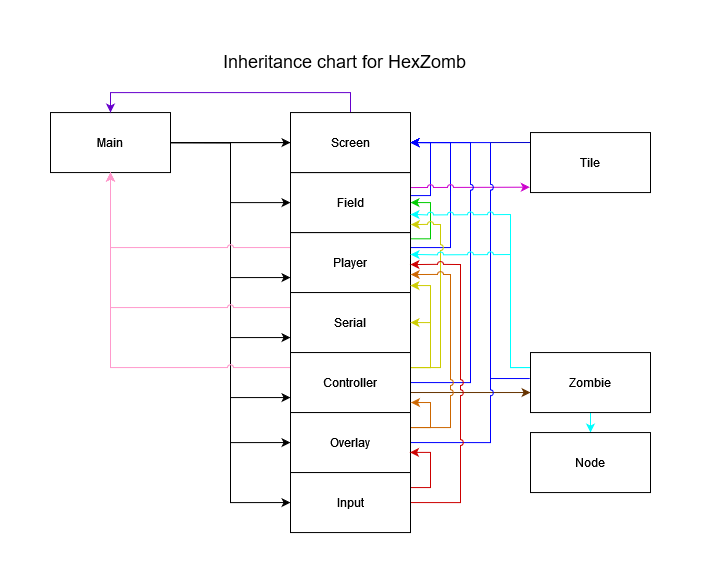
This is Doc/Inheritance_diagram.png from j-siderius/AIP-final, a draw.io export, as it was before one commit. Source tidied: cells renumbered, new cells last; positions are measured from the earlier drawing's top-left corner, leaving out a move shared by most shapes. Source of this version:
```xml
<mxGraphModel>
  <root>
    <mxCell id="0" />
    <mxCell id="1" parent="0" />
    <mxCell id="2" style="edgeStyle=orthogonalEdgeStyle;rounded=0;jettySize=auto;html=1;" parent="1" edge="1" source="10" target="14">
      <mxGeometry relative="1" as="geometry" />
    </mxCell>
    <mxCell id="3" style="edgeStyle=orthogonalEdgeStyle;rounded=0;jettySize=auto;html=1;" parent="1" edge="1" source="10" target="17">
      <mxGeometry relative="1" as="geometry" />
    </mxCell>
    <mxCell id="4" style="edgeStyle=orthogonalEdgeStyle;rounded=0;jettySize=auto;html=1;" parent="1" edge="1" source="10" target="19">
      <mxGeometry relative="1" as="geometry" />
    </mxCell>
    <mxCell id="5" style="edgeStyle=orthogonalEdgeStyle;rounded=0;jettySize=auto;html=1;exitX=1;exitY=0.5;exitDx=0;exitDy=0;entryX=0;entryY=0.75;entryDx=0;entryDy=0;" parent="1" edge="1" source="10" target="14">
      <mxGeometry relative="1" as="geometry" />
    </mxCell>
    <mxCell id="6" style="edgeStyle=orthogonalEdgeStyle;rounded=0;jettySize=auto;html=1;exitX=1;exitY=0.5;exitDx=0;exitDy=0;entryX=0;entryY=0.75;entryDx=0;entryDy=0;" parent="1" edge="1" source="10" target="28">
      <mxGeometry relative="1" as="geometry" />
    </mxCell>
    <mxCell id="7" style="edgeStyle=orthogonalEdgeStyle;rounded=0;jettySize=auto;html=1;exitX=1;exitY=0.5;exitDx=0;exitDy=0;entryX=0;entryY=0.5;entryDx=0;entryDy=0;" parent="1" edge="1" source="10" target="32">
      <mxGeometry relative="1" as="geometry" />
    </mxCell>
    <mxCell id="8" style="edgeStyle=orthogonalEdgeStyle;rounded=0;jettySize=auto;html=1;exitX=1;exitY=0.5;exitDx=0;exitDy=0;entryX=0;entryY=0.75;entryDx=0;entryDy=0;" parent="1" edge="1" source="10" target="21">
      <mxGeometry relative="1" as="geometry" />
    </mxCell>
    <mxCell id="9" style="edgeStyle=orthogonalEdgeStyle;rounded=0;jettySize=auto;html=1;exitX=1;exitY=0.5;exitDx=0;exitDy=0;entryX=0;entryY=0.5;entryDx=0;entryDy=0;" parent="1" edge="1" source="10" target="35">
      <mxGeometry relative="1" as="geometry">
        <Array as="points">
          <mxPoint x="180" y="91" />
          <mxPoint x="180" y="451" />
        </Array>
      </mxGeometry>
    </mxCell>
    <mxCell id="10" value="Main" style="rounded=0;whiteSpace=wrap;html=1;" parent="1" vertex="1">
      <mxGeometry y="61.1" width="120" height="60" as="geometry" />
    </mxCell>
    <mxCell id="11" style="edgeStyle=orthogonalEdgeStyle;rounded=0;jettySize=auto;html=1;exitX=1;exitY=0.25;exitDx=0;exitDy=0;entryX=1;entryY=0.5;entryDx=0;entryDy=0;strokeColor=#0000FF;" parent="1" edge="1" source="14" target="19">
      <mxGeometry relative="1" as="geometry">
        <Array as="points">
          <mxPoint x="400" y="196.1" />
          <mxPoint x="400" y="91.1" />
        </Array>
      </mxGeometry>
    </mxCell>
    <mxCell id="12" style="edgeStyle=orthogonalEdgeStyle;rounded=0;jettySize=auto;html=1;exitX=0.999;exitY=0.104;exitDx=0;exitDy=0;strokeColor=#00CC00;entryX=1;entryY=0.5;entryDx=0;entryDy=0;exitPerimeter=0;" parent="1" edge="1" source="14" target="17">
      <mxGeometry relative="1" as="geometry">
        <Array as="points">
          <mxPoint x="380" y="187.1" />
          <mxPoint x="380" y="151.1" />
        </Array>
      </mxGeometry>
    </mxCell>
    <mxCell id="13" style="edgeStyle=orthogonalEdgeStyle;rounded=0;jumpStyle=arc;jettySize=auto;html=1;exitX=0;exitY=0.25;exitDx=0;exitDy=0;fontSize=18;endArrow=classic;endFill=1;strokeColor=#FF99CC;entryX=0.5;entryY=1;entryDx=0;entryDy=0;" parent="1" edge="1" source="14" target="10">
      <mxGeometry relative="1" as="geometry">
        <Array as="points">
          <mxPoint x="60" y="196" />
        </Array>
      </mxGeometry>
    </mxCell>
    <mxCell id="14" value="Player" style="rounded=0;whiteSpace=wrap;html=1;" parent="1" vertex="1">
      <mxGeometry x="240" y="181.1" width="120" height="60" as="geometry" />
    </mxCell>
    <mxCell id="15" style="edgeStyle=orthogonalEdgeStyle;rounded=0;jettySize=auto;html=1;exitX=1.002;exitY=0.384;exitDx=0;exitDy=0;entryX=1;entryY=0.5;entryDx=0;entryDy=0;strokeColor=#0000FF;exitPerimeter=0;" parent="1" edge="1" source="17" target="19">
      <mxGeometry relative="1" as="geometry" />
    </mxCell>
    <mxCell id="16" style="edgeStyle=orthogonalEdgeStyle;rounded=0;jumpStyle=arc;jettySize=auto;html=1;exitX=1;exitY=0.25;exitDx=0;exitDy=0;entryX=-0.006;entryY=0.91;entryDx=0;entryDy=0;strokeColor=#CC00CC;entryPerimeter=0;" parent="1" edge="1" source="17" target="37">
      <mxGeometry relative="1" as="geometry" />
    </mxCell>
    <mxCell id="17" value="Field" style="rounded=0;whiteSpace=wrap;html=1;" parent="1" vertex="1">
      <mxGeometry x="240" y="121.1" width="120" height="60" as="geometry" />
    </mxCell>
    <mxCell id="18" style="edgeStyle=orthogonalEdgeStyle;rounded=0;jettySize=auto;html=1;exitX=0.5;exitY=0;exitDx=0;exitDy=0;entryX=0.5;entryY=0;entryDx=0;entryDy=0;strokeColor=#6600CC;" parent="1" edge="1" source="19" target="10">
      <mxGeometry relative="1" as="geometry" />
    </mxCell>
    <mxCell id="19" value="Screen" style="rounded=0;whiteSpace=wrap;html=1;" parent="1" vertex="1">
      <mxGeometry x="240" y="61.1" width="120" height="60" as="geometry" />
    </mxCell>
    <mxCell id="20" style="edgeStyle=orthogonalEdgeStyle;rounded=0;jumpStyle=arc;jettySize=auto;html=1;exitX=0;exitY=0.25;exitDx=0;exitDy=0;entryX=0.5;entryY=1;entryDx=0;entryDy=0;fontSize=18;endArrow=classic;endFill=1;strokeColor=#FF99CC;" parent="1" edge="1" source="21" target="10">
      <mxGeometry relative="1" as="geometry" />
    </mxCell>
    <mxCell id="21" value="Serial" style="rounded=0;whiteSpace=wrap;html=1;" parent="1" vertex="1">
      <mxGeometry x="240" y="241.1" width="120" height="60" as="geometry" />
    </mxCell>
    <mxCell id="22" style="edgeStyle=orthogonalEdgeStyle;rounded=0;jettySize=auto;html=1;exitX=1;exitY=0.5;exitDx=0;exitDy=0;entryX=1;entryY=0.5;entryDx=0;entryDy=0;strokeColor=#0000FF;jumpStyle=arc;" parent="1" edge="1" source="28" target="19">
      <mxGeometry relative="1" as="geometry">
        <Array as="points">
          <mxPoint x="420" y="331.1" />
          <mxPoint x="420" y="91.1" />
        </Array>
      </mxGeometry>
    </mxCell>
    <mxCell id="23" style="edgeStyle=orthogonalEdgeStyle;rounded=0;jettySize=auto;html=1;exitX=1;exitY=0.25;exitDx=0;exitDy=0;entryX=1;entryY=0.5;entryDx=0;entryDy=0;strokeColor=#CCCC00;" parent="1" edge="1" source="28" target="21">
      <mxGeometry relative="1" as="geometry">
        <Array as="points">
          <mxPoint x="380" y="316.1" />
          <mxPoint x="380" y="271.1" />
        </Array>
      </mxGeometry>
    </mxCell>
    <mxCell id="24" style="edgeStyle=orthogonalEdgeStyle;rounded=0;jettySize=auto;html=1;exitX=1;exitY=0.25;exitDx=0;exitDy=0;entryX=0.999;entryY=0.88;entryDx=0;entryDy=0;strokeColor=#CCCC00;entryPerimeter=0;" parent="1" edge="1" source="28" target="14">
      <mxGeometry relative="1" as="geometry">
        <Array as="points">
          <mxPoint x="380" y="316.1" />
          <mxPoint x="380" y="234.1" />
          <mxPoint x="360" y="234.1" />
        </Array>
      </mxGeometry>
    </mxCell>
    <mxCell id="25" style="edgeStyle=orthogonalEdgeStyle;rounded=0;jettySize=auto;html=1;exitX=1;exitY=0.25;exitDx=0;exitDy=0;entryX=1.003;entryY=0.86;entryDx=0;entryDy=0;entryPerimeter=0;strokeColor=#CCCC00;jumpStyle=arc;" parent="1" edge="1" source="28" target="17">
      <mxGeometry relative="1" as="geometry">
        <Array as="points">
          <mxPoint x="390" y="316.1" />
          <mxPoint x="390" y="173.1" />
          <mxPoint x="360" y="173.1" />
        </Array>
      </mxGeometry>
    </mxCell>
    <mxCell id="26" style="edgeStyle=orthogonalEdgeStyle;rounded=0;jumpStyle=arc;jettySize=auto;html=1;exitX=1;exitY=0.75;exitDx=0;exitDy=0;entryX=0.001;entryY=0.673;entryDx=0;entryDy=0;strokeColor=#663300;entryPerimeter=0;" parent="1" edge="1" source="28" target="42">
      <mxGeometry relative="1" as="geometry">
        <Array as="points">
          <mxPoint x="360" y="341.1" />
          <mxPoint x="480" y="341.1" />
        </Array>
      </mxGeometry>
    </mxCell>
    <mxCell id="27" style="edgeStyle=orthogonalEdgeStyle;rounded=0;jumpStyle=arc;jettySize=auto;html=1;exitX=0;exitY=0.25;exitDx=0;exitDy=0;fontSize=18;endArrow=classic;endFill=1;strokeColor=#FF99CC;" parent="1" edge="1" source="28">
      <mxGeometry relative="1" as="geometry">
        <mxPoint x="60" y="121" as="targetPoint" />
      </mxGeometry>
    </mxCell>
    <mxCell id="28" value="&lt;div&gt;Controller&lt;/div&gt;" style="rounded=0;whiteSpace=wrap;html=1;" parent="1" vertex="1">
      <mxGeometry x="240" y="301.1" width="120" height="60" as="geometry" />
    </mxCell>
    <mxCell id="29" style="edgeStyle=orthogonalEdgeStyle;rounded=0;jettySize=auto;html=1;exitX=1;exitY=0.5;exitDx=0;exitDy=0;entryX=1;entryY=0.5;entryDx=0;entryDy=0;strokeColor=#0000FF;jumpStyle=arc;" parent="1" edge="1" source="32" target="19">
      <mxGeometry relative="1" as="geometry">
        <Array as="points">
          <mxPoint x="440" y="391.1" />
          <mxPoint x="440" y="91.1" />
        </Array>
      </mxGeometry>
    </mxCell>
    <mxCell id="30" style="edgeStyle=orthogonalEdgeStyle;rounded=0;jettySize=auto;html=1;exitX=1;exitY=0.25;exitDx=0;exitDy=0;strokeColor=#CC6600;entryX=1.004;entryY=0.841;entryDx=0;entryDy=0;entryPerimeter=0;" parent="1" edge="1" source="32" target="28">
      <mxGeometry relative="1" as="geometry">
        <Array as="points">
          <mxPoint x="380" y="376.1" />
          <mxPoint x="380" y="351.1" />
          <mxPoint x="361" y="351.1" />
        </Array>
      </mxGeometry>
    </mxCell>
    <mxCell id="31" style="edgeStyle=orthogonalEdgeStyle;rounded=0;jettySize=auto;html=1;exitX=1;exitY=0.25;exitDx=0;exitDy=0;entryX=1.002;entryY=0.694;entryDx=0;entryDy=0;strokeColor=#CC6600;jumpStyle=arc;entryPerimeter=0;" parent="1" edge="1" source="32" target="14">
      <mxGeometry relative="1" as="geometry">
        <Array as="points">
          <mxPoint x="400" y="376.1" />
          <mxPoint x="400" y="223.1" />
          <mxPoint x="360" y="223.1" />
        </Array>
      </mxGeometry>
    </mxCell>
    <mxCell id="32" value="Overlay" style="rounded=0;whiteSpace=wrap;html=1;" parent="1" vertex="1">
      <mxGeometry x="240" y="361.1" width="120" height="60" as="geometry" />
    </mxCell>
    <mxCell id="33" style="edgeStyle=orthogonalEdgeStyle;rounded=0;jettySize=auto;html=1;exitX=1;exitY=0.25;exitDx=0;exitDy=0;strokeColor=#CC0000;entryX=0.996;entryY=0.664;entryDx=0;entryDy=0;entryPerimeter=0;" parent="1" edge="1" target="32">
      <mxGeometry relative="1" as="geometry">
        <mxPoint x="360" y="436.1" as="sourcePoint" />
        <Array as="points">
          <mxPoint x="380" y="436.1" />
          <mxPoint x="380" y="401.1" />
        </Array>
      </mxGeometry>
    </mxCell>
    <mxCell id="34" style="edgeStyle=orthogonalEdgeStyle;rounded=0;jettySize=auto;html=1;exitX=1;exitY=0.5;exitDx=0;exitDy=0;strokeColor=#CC0000;jumpStyle=arc;entryX=0.999;entryY=0.526;entryDx=0;entryDy=0;entryPerimeter=0;" parent="1" edge="1" target="14">
      <mxGeometry relative="1" as="geometry">
        <mxPoint x="360" y="451.1" as="sourcePoint" />
        <Array as="points">
          <mxPoint x="410" y="451.1" />
          <mxPoint x="410" y="213.1" />
          <mxPoint x="360" y="213.1" />
        </Array>
      </mxGeometry>
    </mxCell>
    <mxCell id="35" value="Input" style="rounded=0;whiteSpace=wrap;html=1;" parent="1" vertex="1">
      <mxGeometry x="240" y="421.1" width="120" height="60" as="geometry" />
    </mxCell>
    <mxCell id="36" style="edgeStyle=orthogonalEdgeStyle;rounded=0;jumpStyle=arc;jettySize=auto;html=1;exitX=0;exitY=0;exitDx=0;exitDy=0;endArrow=none;endFill=0;strokeColor=#0000CC;" parent="1" edge="1" source="37">
      <mxGeometry relative="1" as="geometry">
        <mxPoint x="440" y="91.1" as="targetPoint" />
        <Array as="points">
          <mxPoint x="470" y="91.1" />
          <mxPoint x="470" y="91.1" />
        </Array>
      </mxGeometry>
    </mxCell>
    <mxCell id="37" value="Tile" style="rounded=0;whiteSpace=wrap;html=1;" parent="1" vertex="1">
      <mxGeometry x="480" y="81.1" width="120" height="60" as="geometry" />
    </mxCell>
    <mxCell id="38" style="edgeStyle=orthogonalEdgeStyle;rounded=0;jumpStyle=arc;jettySize=auto;html=1;exitX=-0.006;exitY=0.433;exitDx=0;exitDy=0;strokeColor=#0000FF;endArrow=none;endFill=0;exitPerimeter=0;" parent="1" edge="1" source="42">
      <mxGeometry relative="1" as="geometry">
        <mxPoint x="440" y="316.1" as="targetPoint" />
        <Array as="points">
          <mxPoint x="440" y="327.1" />
        </Array>
      </mxGeometry>
    </mxCell>
    <mxCell id="39" style="edgeStyle=orthogonalEdgeStyle;rounded=0;jumpStyle=arc;jettySize=auto;html=1;exitX=0;exitY=0.25;exitDx=0;exitDy=0;endArrow=classic;endFill=1;strokeColor=#00FFFF;entryX=1;entryY=0.708;entryDx=0;entryDy=0;entryPerimeter=0;" parent="1" edge="1" source="42" target="17">
      <mxGeometry relative="1" as="geometry">
        <Array as="points">
          <mxPoint x="460" y="316.1" />
          <mxPoint x="460" y="163.1" />
          <mxPoint x="360" y="163.1" />
        </Array>
      </mxGeometry>
    </mxCell>
    <mxCell id="40" style="edgeStyle=orthogonalEdgeStyle;rounded=0;jumpStyle=arc;jettySize=auto;html=1;exitX=0;exitY=0.25;exitDx=0;exitDy=0;endArrow=classic;endFill=1;strokeColor=#00FFFF;entryX=1.001;entryY=0.373;entryDx=0;entryDy=0;entryPerimeter=0;" parent="1" edge="1" source="42" target="14">
      <mxGeometry relative="1" as="geometry">
        <Array as="points">
          <mxPoint x="460" y="316.1" />
          <mxPoint x="460" y="203.1" />
          <mxPoint x="360" y="203.1" />
        </Array>
      </mxGeometry>
    </mxCell>
    <mxCell id="41" style="edgeStyle=orthogonalEdgeStyle;rounded=0;jumpStyle=arc;jettySize=auto;html=1;endArrow=classic;endFill=1;strokeColor=#00FFFF;" parent="1" edge="1" source="42" target="43">
      <mxGeometry relative="1" as="geometry" />
    </mxCell>
    <mxCell id="42" value="&lt;div&gt;Zombie&lt;/div&gt;" style="rounded=0;whiteSpace=wrap;html=1;" parent="1" vertex="1">
      <mxGeometry x="480" y="301.1" width="120" height="60" as="geometry" />
    </mxCell>
    <mxCell id="43" value="Node" style="rounded=0;whiteSpace=wrap;html=1;" parent="1" vertex="1">
      <mxGeometry x="480" y="381.1" width="120" height="60" as="geometry" />
    </mxCell>
    <mxCell id="44" value="&lt;font style=&quot;font-size: 18px&quot;&gt;Inheritance chart for HexZomb&lt;/font&gt;" style="text;html=1;align=center;verticalAlign=middle;strokeColor=none;fillColor=none;" parent="1" vertex="1">
      <mxGeometry x="164" width="260" height="20" as="geometry" />
    </mxCell>
  </root>
</mxGraphModel>
```
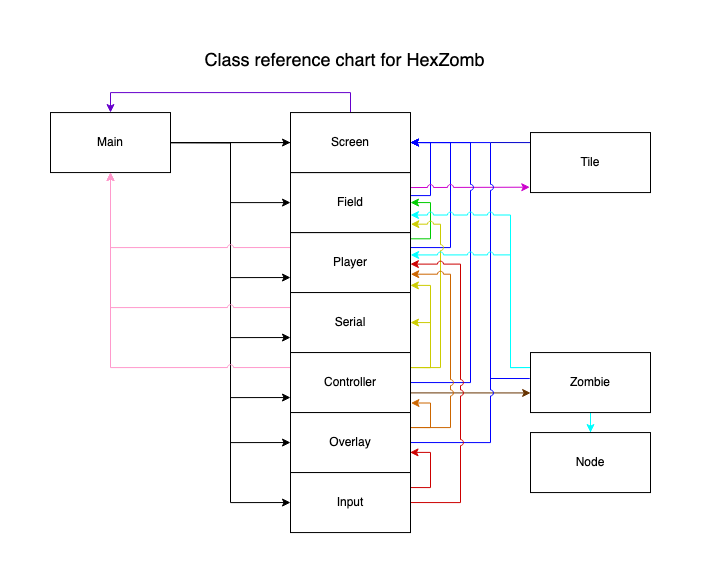
The same diagram one commit later.

Change to the diagram source:
```diff
@@ -229,8 +229,8 @@
     <mxCell id="43" value="Node" style="rounded=0;whiteSpace=wrap;html=1;" parent="1" vertex="1">
       <mxGeometry x="480" y="381.1" width="120" height="60" as="geometry" />
     </mxCell>
-    <mxCell id="44" value="&lt;font style=&quot;font-size: 18px&quot;&gt;Inheritance chart for HexZomb&lt;/font&gt;" style="text;html=1;align=center;verticalAlign=middle;strokeColor=none;fillColor=none;" parent="1" vertex="1">
-      <mxGeometry x="164" width="260" height="20" as="geometry" />
+    <mxCell id="44" value="&lt;font style=&quot;font-size: 18px&quot;&gt;Class reference chart for HexZomb&lt;/font&gt;" style="text;html=1;align=center;verticalAlign=middle;strokeColor=none;fillColor=none;" parent="1" vertex="1">
+      <mxGeometry x="144" width="300" height="20" as="geometry" />
     </mxCell>
   </root>
 </mxGraphModel>
```
